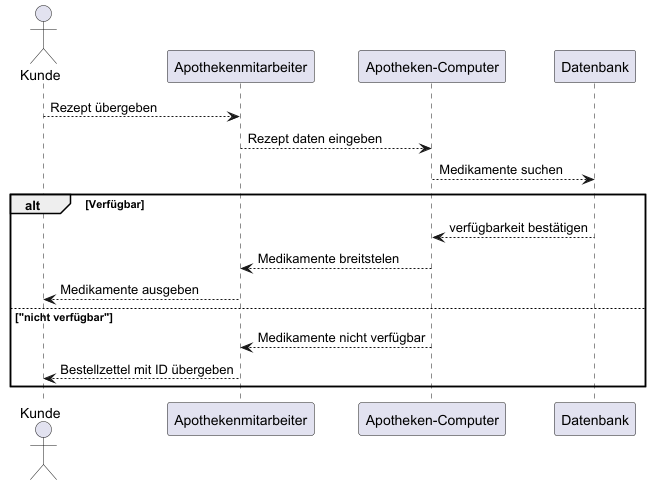
Jack4948/Apotheke-G5-Public keeps this PlantUML diagram as src/main/asciidoc/models/analysis/use-cases/sequence_2.png. Above is the earlier version. Its source is kept beside it as src/main/asciidoc/models/analysis/use-cases/sequence_2.puml. The source it was exported from:
```plantuml
@startuml
actor Kunde
participant Apothekenmitarbeiter
participant "Apotheken-Computer"
participant Datenbank

 Kunde --> Apothekenmitarbeiter : Rezept übergeben
 Apothekenmitarbeiter --> "Apotheken-Computer" :Rezept daten eingeben
 "Apotheken-Computer" -->Datenbank :  Medikamente suchen
 alt Verfügbar

 Datenbank --> "Apotheken-Computer" : verfügbarkeit bestätigen
 "Apotheken-Computer" --> Apothekenmitarbeiter :  Medikamente breitstelen
 Apothekenmitarbeiter--> Kunde :  Medikamente ausgeben
 else "nicht verfügbar"
 "Apotheken-Computer"--> Apothekenmitarbeiter : Medikamente nicht verfügbar
   Apothekenmitarbeiter--> Kunde :  Bestellzettel mit ID übergeben
   end
@enduml
```
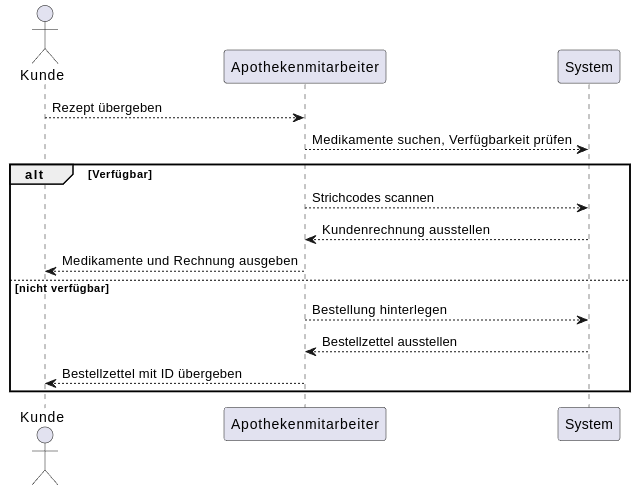
Later version of the same file.

Commit message:
Adjust actors in `sequence_2`, add customer receipt

What changed in the source:
```diff
@@ -1,19 +1,19 @@
-@startuml
+@startuml UC001
 actor Kunde
 participant Apothekenmitarbeiter
-participant "Apotheken-Computer"
-participant Datenbank
+participant System
 
- Kunde --> Apothekenmitarbeiter : Rezept übergeben
- Apothekenmitarbeiter --> "Apotheken-Computer" :Rezept daten eingeben
- "Apotheken-Computer" -->Datenbank :  Medikamente suchen
- alt Verfügbar
+  Kunde -> Apothekenmitarbeiter : Rezept übergeben
+  Apothekenmitarbeiter --> System : Medikamente suchen, Verfügbarkeit prüfen
 
- Datenbank --> "Apotheken-Computer" : verfügbarkeit bestätigen
- "Apotheken-Computer" --> Apothekenmitarbeiter :  Medikamente breitstelen
- Apothekenmitarbeiter--> Kunde :  Medikamente ausgeben
- else "nicht verfügbar"
- "Apotheken-Computer"--> Apothekenmitarbeiter : Medikamente nicht verfügbar
-   Apothekenmitarbeiter--> Kunde :  Bestellzettel mit ID übergeben
-   end
+  alt Verfügbar
+    Apothekenmitarbeiter -> System : Strichcodes scannen
+    System -> Apothekenmitarbeiter : Kundenrechnung ausstellen
+    Apothekenmitarbeiter -> Kunde :  Medikamente und Rechnung ausgeben
+
+  else nicht verfügbar
+    Apothekenmitarbeiter -> System : Bestellung hinterlegen
+    System -> Apothekenmitarbeiter : Bestellzettel ausstellen
+    Apothekenmitarbeiter -> Kunde : Bestellzettel mit ID übergeben
+    end
 @enduml
```
